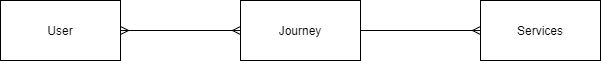
Earlier version of the draw.io export docs/assets/ERD.png (agentsquash/a2-nea). Source tidied: cells renumbered, new cells last; positions are measured from the earlier drawing's top-left corner, leaving out a move shared by most shapes.
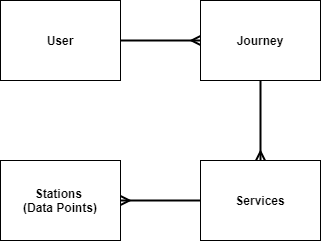
The same file after the commit.

What changed in the source:
```diff
@@ -2,20 +2,26 @@
   <root>
     <mxCell id="0" />
     <mxCell id="1" parent="0" />
-    <mxCell id="2" style="edgeStyle=orthogonalEdgeStyle;rounded=0;jettySize=auto;html=1;exitX=0;exitY=0.5;exitDx=0;exitDy=0;entryX=1;entryY=0.5;entryDx=0;entryDy=0;endArrow=ERmany;endFill=0;startArrow=ERmany;startFill=0;" parent="1" edge="1" source="4" target="5">
-      <mxGeometry relative="1" as="geometry" />
-    </mxCell>
+    <mxCell id="7" style="edgeStyle=orthogonalEdgeStyle;rounded=0;jettySize=auto;html=1;endArrow=ERmany;endFill=0;startSize=10;strokeWidth=2;" parent="1" edge="1" source="5" target="4">
+      <mxGeometry relative="1" as="geometry" />
+    </mxCell>
+    <mxCell id="5" value="&lt;b&gt;User&lt;/b&gt;" style="rounded=0;whiteSpace=wrap;html=1;" parent="1" vertex="1">
+      <mxGeometry x="-40" y="-10" width="120" height="80" as="geometry" />
+    </mxCell>
-    <mxCell id="3" style="edgeStyle=orthogonalEdgeStyle;rounded=0;jettySize=auto;html=1;entryX=0;entryY=0.5;entryDx=0;entryDy=0;startArrow=none;startFill=0;endArrow=ERmany;endFill=0;" parent="1" edge="1" source="4" target="6">
+    <mxCell id="3" style="edgeStyle=orthogonalEdgeStyle;rounded=0;jettySize=auto;html=1;entryX=0.5;entryY=0;entryDx=0;entryDy=0;startSize=10;endArrow=ERmany;endFill=0;strokeWidth=2;" parent="1" edge="1" source="4" target="6">
       <mxGeometry relative="1" as="geometry" />
     </mxCell>
-    <mxCell id="4" value="Journey" style="rounded=0;whiteSpace=wrap;html=1;" parent="1" vertex="1">
-      <mxGeometry x="240" width="120" height="60" as="geometry" />
+    <mxCell id="4" value="&lt;b&gt;Journey&lt;/b&gt;" style="rounded=0;whiteSpace=wrap;html=1;" parent="1" vertex="1">
+      <mxGeometry x="160" y="-10" width="120" height="80" as="geometry" />
     </mxCell>
-    <mxCell id="5" value="User" style="rounded=0;whiteSpace=wrap;html=1;" parent="1" vertex="1">
-      <mxGeometry width="120" height="60" as="geometry" />
-    </mxCell>
+    <mxCell id="8" style="edgeStyle=orthogonalEdgeStyle;rounded=0;jettySize=auto;html=1;startSize=10;endArrow=ERmany;endFill=0;strokeWidth=2;" parent="1" edge="1" source="6" target="9">
+      <mxGeometry relative="1" as="geometry" />
+    </mxCell>
-    <mxCell id="6" value="Services" style="rounded=0;whiteSpace=wrap;html=1;" parent="1" vertex="1">
-      <mxGeometry x="480" width="120" height="60" as="geometry" />
+    <mxCell id="6" value="&lt;b&gt;Services&lt;/b&gt;" style="rounded=0;whiteSpace=wrap;html=1;" parent="1" vertex="1">
+      <mxGeometry x="160" y="150" width="120" height="80" as="geometry" />
     </mxCell>
+    <mxCell id="9" value="&lt;b&gt;Stations &lt;br&gt;(Data Points)&lt;/b&gt;" style="rounded=0;whiteSpace=wrap;html=1;" parent="1" vertex="1">
+      <mxGeometry x="-40" y="150" width="120" height="80" as="geometry" />
+    </mxCell>
   </root>
 </mxGraphModel>
```
